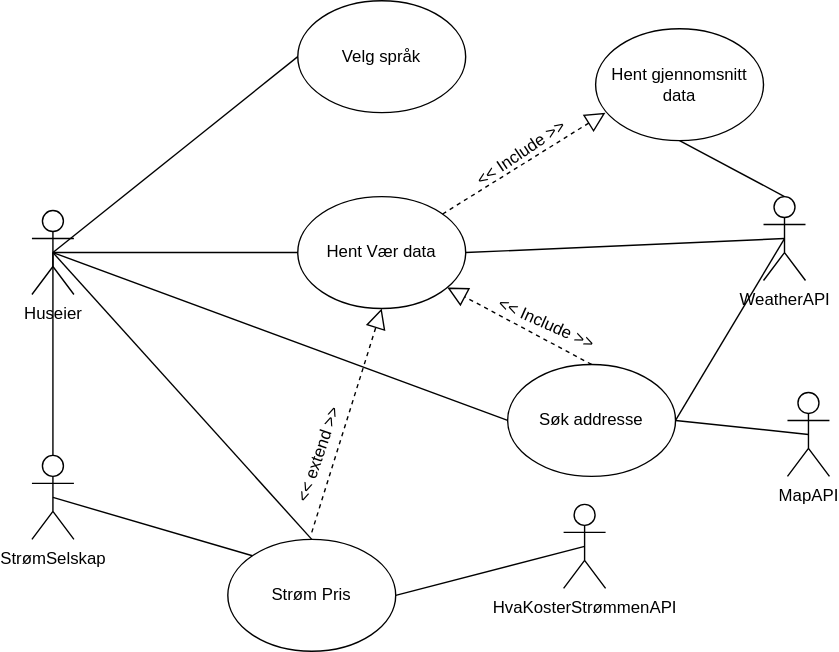
Earlier version of the draw.io export Diagrams/UseCaeT37.svg (jalya001/Solar-panel-Optimized-Living). Source tidied: cells renumbered, new cells last; positions are measured from the earlier drawing's top-left corner, leaving out a move shared by most shapes. Source of this version:
```xml
<mxGraphModel>
  <root>
    <mxCell id="0" />
    <mxCell id="1" parent="0" />
    <mxCell id="2" value="Huseier" style="shape=umlActor;verticalLabelPosition=bottom;verticalAlign=top;html=1;outlineConnect=0;" parent="1" vertex="1">
      <mxGeometry y="150" width="30" height="60" as="geometry" />
    </mxCell>
    <mxCell id="3" value="Velg språk" style="ellipse;whiteSpace=wrap;html=1;" parent="1" vertex="1">
      <mxGeometry x="190" width="120" height="80" as="geometry" />
    </mxCell>
    <mxCell id="4" value="WeatherAPI" style="shape=umlActor;verticalLabelPosition=bottom;verticalAlign=top;html=1;outlineConnect=0;" parent="1" vertex="1">
      <mxGeometry x="522.9" y="140" width="30" height="60" as="geometry" />
    </mxCell>
    <mxCell id="5" style="endArrow=none;html=1;rounded=0;exitX=0.5;exitY=0.5;exitDx=0;exitDy=0;exitPerimeter=0;entryX=0;entryY=0.5;entryDx=0;entryDy=0;" parent="1" edge="1" source="2" target="3">
      <mxGeometry relative="1" as="geometry" />
    </mxCell>
    <mxCell id="6" value="Hent Vær data" style="ellipse;whiteSpace=wrap;html=1;" parent="1" vertex="1">
      <mxGeometry x="190" y="140" width="120" height="80" as="geometry" />
    </mxCell>
    <mxCell id="7" style="endArrow=none;html=1;rounded=0;entryX=0.5;entryY=0.5;entryDx=0;entryDy=0;entryPerimeter=0;exitX=1;exitY=0.5;exitDx=0;exitDy=0;" parent="1" edge="1" source="6" target="4">
      <mxGeometry relative="1" as="geometry" />
    </mxCell>
    <mxCell id="8" style="endArrow=none;html=1;rounded=0;exitX=0.5;exitY=0.5;exitDx=0;exitDy=0;exitPerimeter=0;entryX=0;entryY=0.5;entryDx=0;entryDy=0;" parent="1" edge="1" source="2" target="6">
      <mxGeometry relative="1" as="geometry" />
    </mxCell>
    <mxCell id="9" value="Søk addresse" style="ellipse;whiteSpace=wrap;html=1;" parent="1" vertex="1">
      <mxGeometry x="340" y="260" width="120" height="80" as="geometry" />
    </mxCell>
    <mxCell id="10" value="MapAPI&lt;div&gt;&lt;br&gt;&lt;/div&gt;" style="shape=umlActor;verticalLabelPosition=bottom;verticalAlign=top;html=1;outlineConnect=0;" parent="1" vertex="1">
      <mxGeometry x="540" y="280" width="30" height="60" as="geometry" />
    </mxCell>
    <mxCell id="11" style="endArrow=none;html=1;rounded=0;exitX=0.5;exitY=0.5;exitDx=0;exitDy=0;exitPerimeter=0;entryX=0;entryY=0.5;entryDx=0;entryDy=0;" parent="1" edge="1" source="2" target="9">
      <mxGeometry relative="1" as="geometry" />
    </mxCell>
    <mxCell id="12" style="endArrow=none;html=1;rounded=0;exitX=1;exitY=0.5;exitDx=0;exitDy=0;entryX=0.5;entryY=0.5;entryDx=0;entryDy=0;entryPerimeter=0;" parent="1" edge="1" source="9" target="10">
      <mxGeometry relative="1" as="geometry" />
    </mxCell>
    <mxCell id="13" style="endArrow=none;html=1;rounded=0;exitX=1;exitY=0.5;exitDx=0;exitDy=0;entryX=0.5;entryY=0.5;entryDx=0;entryDy=0;entryPerimeter=0;" parent="1" edge="1" source="9" target="4">
      <mxGeometry relative="1" as="geometry" />
    </mxCell>
    <mxCell id="14" value="Hent gjennomsnitt data" style="ellipse;whiteSpace=wrap;html=1;" parent="1" vertex="1">
      <mxGeometry x="402.9" y="20" width="120" height="80" as="geometry" />
    </mxCell>
    <mxCell id="15" style="endArrow=block;dashed=1;endFill=0;endSize=12;html=1;rounded=0;entryX=0.059;entryY=0.75;entryDx=0;entryDy=0;entryPerimeter=0;" parent="1" edge="1" source="6" target="14">
      <mxGeometry relative="1" as="geometry" />
    </mxCell>
    <mxCell id="16" value="&amp;lt;&amp;lt; Include &amp;gt;&amp;gt;" style="text;strokeColor=none;align=center;fillColor=none;html=1;verticalAlign=middle;whiteSpace=wrap;rounded=0;rotation=326;direction=west;" parent="1" vertex="1">
      <mxGeometry x="270" y="100" width="160" height="18.1" as="geometry" />
    </mxCell>
    <mxCell id="17" style="endArrow=none;html=1;rounded=0;entryX=0.5;entryY=0;entryDx=0;entryDy=0;entryPerimeter=0;exitX=0.5;exitY=1;exitDx=0;exitDy=0;" parent="1" edge="1" source="14" target="4">
      <mxGeometry relative="1" as="geometry" />
    </mxCell>
    <mxCell id="18" value="HvaKosterStrømmenAPI" style="shape=umlActor;verticalLabelPosition=bottom;verticalAlign=top;html=1;outlineConnect=0;" parent="1" vertex="1">
      <mxGeometry x="380" y="360" width="30" height="60" as="geometry" />
    </mxCell>
    <mxCell id="19" value="Strøm Pris" style="ellipse;whiteSpace=wrap;html=1;" parent="1" vertex="1">
      <mxGeometry x="140" y="385" width="120" height="80" as="geometry" />
    </mxCell>
    <mxCell id="20" style="endArrow=none;html=1;rounded=0;exitX=0.5;exitY=0.5;exitDx=0;exitDy=0;exitPerimeter=0;entryX=0.5;entryY=0;entryDx=0;entryDy=0;" parent="1" edge="1" source="2" target="19">
      <mxGeometry relative="1" as="geometry" />
    </mxCell>
    <mxCell id="21" style="endArrow=none;html=1;rounded=0;exitX=1;exitY=0.5;exitDx=0;exitDy=0;entryX=0.5;entryY=0.5;entryDx=0;entryDy=0;entryPerimeter=0;" parent="1" edge="1" source="19" target="18">
      <mxGeometry relative="1" as="geometry" />
    </mxCell>
    <mxCell id="22" style="endArrow=block;dashed=1;endFill=0;endSize=12;html=1;rounded=0;entryX=0.428;entryY=1.025;entryDx=0;entryDy=0;entryPerimeter=0;" parent="1" edge="1">
      <mxGeometry relative="1" as="geometry">
        <mxPoint x="200" y="380" as="sourcePoint" />
        <mxPoint x="250" y="220" as="targetPoint" />
      </mxGeometry>
    </mxCell>
    <mxCell id="23" value="&amp;lt;&amp;lt; extend &amp;gt;&amp;gt;" style="text;html=1;align=center;verticalAlign=middle;strokeColor=none;fillColor=none;rotation=289;" parent="1" vertex="1">
      <mxGeometry x="160" y="310" width="90" height="30" as="geometry" />
    </mxCell>
    <mxCell id="24" style="endArrow=block;dashed=1;endFill=0;endSize=12;html=1;rounded=0;exitX=0.5;exitY=0;exitDx=0;exitDy=0;" parent="1" edge="1" source="9" target="6">
      <mxGeometry relative="1" as="geometry" />
    </mxCell>
    <mxCell id="25" value="&amp;lt;&amp;lt; Include &amp;gt;&amp;gt;" style="text;strokeColor=none;align=center;fillColor=none;html=1;verticalAlign=middle;whiteSpace=wrap;rounded=0;rotation=24;direction=west;" parent="1" vertex="1">
      <mxGeometry x="306" y="230" width="124" height="1.9" as="geometry" />
    </mxCell>
    <mxCell id="26" value="StrømSelskap" style="shape=umlActor;verticalLabelPosition=bottom;verticalAlign=top;html=1;outlineConnect=0;" parent="1" vertex="1">
      <mxGeometry y="325" width="30" height="60" as="geometry" />
    </mxCell>
    <mxCell id="27" style="endArrow=none;html=1;rounded=0;exitX=0.5;exitY=0.5;exitDx=0;exitDy=0;exitPerimeter=0;entryX=0;entryY=0;entryDx=0;entryDy=0;" parent="1" edge="1" source="26" target="19">
      <mxGeometry relative="1" as="geometry" />
    </mxCell>
    <mxCell id="28" style="endArrow=none;html=1;rounded=0;exitX=0.5;exitY=0.5;exitDx=0;exitDy=0;exitPerimeter=0;entryX=0.5;entryY=0;entryDx=0;entryDy=0;entryPerimeter=0;" parent="1" edge="1" source="2" target="26">
      <mxGeometry relative="1" as="geometry" />
    </mxCell>
  </root>
</mxGraphModel>
```
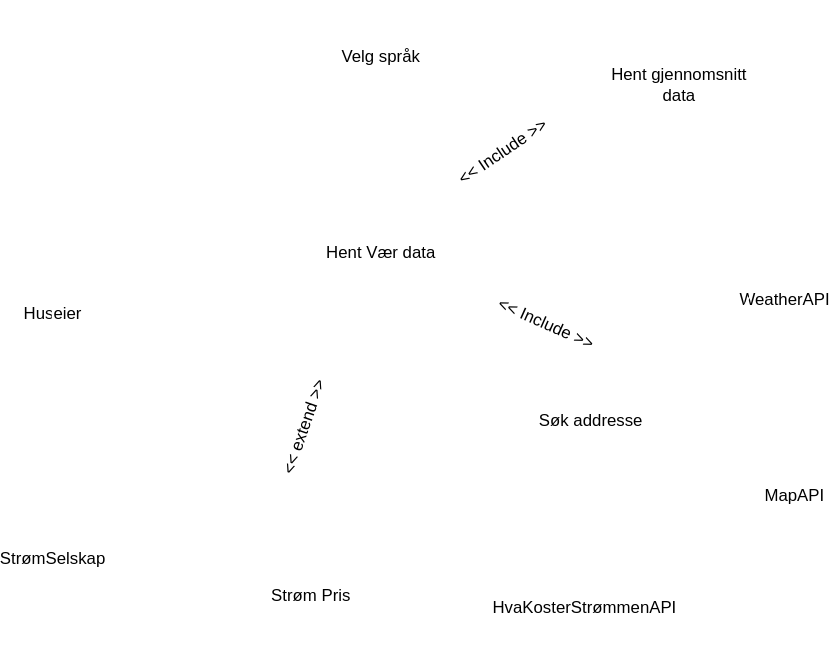
After the change.

What changed in the source:
```diff
@@ -2,88 +2,88 @@
   <root>
     <mxCell id="0" />
     <mxCell id="1" parent="0" />
-    <mxCell id="2" value="Huseier" style="shape=umlActor;verticalLabelPosition=bottom;verticalAlign=top;html=1;outlineConnect=0;" parent="1" vertex="1">
+    <mxCell id="2" value="Huseier" style="shape=umlActor;verticalLabelPosition=bottom;verticalAlign=top;html=1;outlineConnect=0;strokeColor=#FFFFFF;labelBackgroundColor=default;" parent="1" vertex="1">
       <mxGeometry y="150" width="30" height="60" as="geometry" />
     </mxCell>
-    <mxCell id="3" value="Velg språk" style="ellipse;whiteSpace=wrap;html=1;" parent="1" vertex="1">
+    <mxCell id="3" value="Velg språk" style="ellipse;whiteSpace=wrap;html=1;strokeColor=#FFFFFF;labelBackgroundColor=default;" parent="1" vertex="1">
       <mxGeometry x="190" width="120" height="80" as="geometry" />
     </mxCell>
-    <mxCell id="4" value="WeatherAPI" style="shape=umlActor;verticalLabelPosition=bottom;verticalAlign=top;html=1;outlineConnect=0;" parent="1" vertex="1">
+    <mxCell id="4" value="WeatherAPI" style="shape=umlActor;verticalLabelPosition=bottom;verticalAlign=top;html=1;outlineConnect=0;strokeColor=#FFFFFF;labelBackgroundColor=default;" parent="1" vertex="1">
       <mxGeometry x="522.9" y="140" width="30" height="60" as="geometry" />
     </mxCell>
-    <mxCell id="5" style="endArrow=none;html=1;rounded=0;exitX=0.5;exitY=0.5;exitDx=0;exitDy=0;exitPerimeter=0;entryX=0;entryY=0.5;entryDx=0;entryDy=0;" parent="1" edge="1" source="2" target="3">
+    <mxCell id="5" style="endArrow=none;html=1;rounded=0;exitX=0.5;exitY=0.5;exitDx=0;exitDy=0;exitPerimeter=0;entryX=0;entryY=0.5;entryDx=0;entryDy=0;strokeColor=#FFFFFF;labelBackgroundColor=default;" parent="1" edge="1" source="2" target="3">
       <mxGeometry relative="1" as="geometry" />
     </mxCell>
-    <mxCell id="6" value="Hent Vær data" style="ellipse;whiteSpace=wrap;html=1;" parent="1" vertex="1">
+    <mxCell id="6" value="Hent Vær data" style="ellipse;whiteSpace=wrap;html=1;strokeColor=#FFFFFF;labelBackgroundColor=default;" parent="1" vertex="1">
       <mxGeometry x="190" y="140" width="120" height="80" as="geometry" />
     </mxCell>
-    <mxCell id="7" style="endArrow=none;html=1;rounded=0;entryX=0.5;entryY=0.5;entryDx=0;entryDy=0;entryPerimeter=0;exitX=1;exitY=0.5;exitDx=0;exitDy=0;" parent="1" edge="1" source="6" target="4">
+    <mxCell id="7" style="endArrow=none;html=1;rounded=0;entryX=0.5;entryY=0.5;entryDx=0;entryDy=0;entryPerimeter=0;exitX=1;exitY=0.5;exitDx=0;exitDy=0;strokeColor=#FFFFFF;labelBackgroundColor=default;" parent="1" edge="1" source="6" target="4">
       <mxGeometry relative="1" as="geometry" />
     </mxCell>
-    <mxCell id="8" style="endArrow=none;html=1;rounded=0;exitX=0.5;exitY=0.5;exitDx=0;exitDy=0;exitPerimeter=0;entryX=0;entryY=0.5;entryDx=0;entryDy=0;" parent="1" edge="1" source="2" target="6">
+    <mxCell id="8" style="endArrow=none;html=1;rounded=0;exitX=0.5;exitY=0.5;exitDx=0;exitDy=0;exitPerimeter=0;entryX=0;entryY=0.5;entryDx=0;entryDy=0;strokeColor=#FFFFFF;labelBackgroundColor=default;" parent="1" edge="1" source="2" target="6">
       <mxGeometry relative="1" as="geometry" />
     </mxCell>
-    <mxCell id="9" value="Søk addresse" style="ellipse;whiteSpace=wrap;html=1;" parent="1" vertex="1">
+    <mxCell id="9" value="Søk addresse" style="ellipse;whiteSpace=wrap;html=1;strokeColor=#FFFFFF;labelBackgroundColor=default;" parent="1" vertex="1">
       <mxGeometry x="340" y="260" width="120" height="80" as="geometry" />
     </mxCell>
-    <mxCell id="10" value="MapAPI&lt;div&gt;&lt;br&gt;&lt;/div&gt;" style="shape=umlActor;verticalLabelPosition=bottom;verticalAlign=top;html=1;outlineConnect=0;" parent="1" vertex="1">
-      <mxGeometry x="540" y="280" width="30" height="60" as="geometry" />
+    <mxCell id="10" value="MapAPI&lt;div&gt;&lt;br&gt;&lt;/div&gt;" style="shape=umlActor;verticalLabelPosition=bottom;verticalAlign=top;html=1;outlineConnect=0;strokeColor=#FFFFFF;labelBackgroundColor=default;" parent="1" vertex="1">
+      <mxGeometry x="530" y="280" width="30" height="60" as="geometry" />
     </mxCell>
-    <mxCell id="11" style="endArrow=none;html=1;rounded=0;exitX=0.5;exitY=0.5;exitDx=0;exitDy=0;exitPerimeter=0;entryX=0;entryY=0.5;entryDx=0;entryDy=0;" parent="1" edge="1" source="2" target="9">
+    <mxCell id="11" style="endArrow=none;html=1;rounded=0;exitX=0.5;exitY=0.5;exitDx=0;exitDy=0;exitPerimeter=0;entryX=0;entryY=0.5;entryDx=0;entryDy=0;strokeColor=#FFFFFF;labelBackgroundColor=default;" parent="1" edge="1" source="2" target="9">
       <mxGeometry relative="1" as="geometry" />
     </mxCell>
-    <mxCell id="12" style="endArrow=none;html=1;rounded=0;exitX=1;exitY=0.5;exitDx=0;exitDy=0;entryX=0.5;entryY=0.5;entryDx=0;entryDy=0;entryPerimeter=0;" parent="1" edge="1" source="9" target="10">
+    <mxCell id="12" style="endArrow=none;html=1;rounded=0;exitX=1;exitY=0.5;exitDx=0;exitDy=0;entryX=0.5;entryY=0.5;entryDx=0;entryDy=0;entryPerimeter=0;strokeColor=#FFFFFF;labelBackgroundColor=default;" parent="1" edge="1" source="9" target="10">
       <mxGeometry relative="1" as="geometry" />
     </mxCell>
-    <mxCell id="13" style="endArrow=none;html=1;rounded=0;exitX=1;exitY=0.5;exitDx=0;exitDy=0;entryX=0.5;entryY=0.5;entryDx=0;entryDy=0;entryPerimeter=0;" parent="1" edge="1" source="9" target="4">
+    <mxCell id="13" style="endArrow=none;html=1;rounded=0;exitX=1;exitY=0.5;exitDx=0;exitDy=0;entryX=0.5;entryY=0.5;entryDx=0;entryDy=0;entryPerimeter=0;strokeColor=#FFFFFF;labelBackgroundColor=default;" parent="1" edge="1" source="9" target="4">
       <mxGeometry relative="1" as="geometry" />
     </mxCell>
-    <mxCell id="14" value="Hent gjennomsnitt data" style="ellipse;whiteSpace=wrap;html=1;" parent="1" vertex="1">
+    <mxCell id="14" value="Hent gjennomsnitt data" style="ellipse;whiteSpace=wrap;html=1;strokeColor=#FFFFFF;labelBackgroundColor=default;" parent="1" vertex="1">
       <mxGeometry x="402.9" y="20" width="120" height="80" as="geometry" />
     </mxCell>
-    <mxCell id="15" style="endArrow=block;dashed=1;endFill=0;endSize=12;html=1;rounded=0;entryX=0.059;entryY=0.75;entryDx=0;entryDy=0;entryPerimeter=0;" parent="1" edge="1" source="6" target="14">
+    <mxCell id="15" style="endArrow=block;dashed=1;endFill=0;endSize=12;html=1;rounded=0;entryX=0.059;entryY=0.75;entryDx=0;entryDy=0;entryPerimeter=0;strokeColor=#FFFFFF;labelBackgroundColor=default;" parent="1" edge="1" source="6" target="14">
       <mxGeometry relative="1" as="geometry" />
     </mxCell>
-    <mxCell id="16" value="&amp;lt;&amp;lt; Include &amp;gt;&amp;gt;" style="text;strokeColor=none;align=center;fillColor=none;html=1;verticalAlign=middle;whiteSpace=wrap;rounded=0;rotation=326;direction=west;" parent="1" vertex="1">
-      <mxGeometry x="270" y="100" width="160" height="18.1" as="geometry" />
+    <mxCell id="16" value="&amp;lt;&amp;lt; Include &amp;gt;&amp;gt;" style="text;align=center;html=1;verticalAlign=middle;whiteSpace=wrap;rounded=0;rotation=326;direction=west;strokeColor=#FFFFFF;fillColor=default;labelBackgroundColor=default;" parent="1" vertex="1">
+      <mxGeometry x="266.6" y="107.1" width="140" as="geometry" />
     </mxCell>
-    <mxCell id="17" style="endArrow=none;html=1;rounded=0;entryX=0.5;entryY=0;entryDx=0;entryDy=0;entryPerimeter=0;exitX=0.5;exitY=1;exitDx=0;exitDy=0;" parent="1" edge="1" source="14" target="4">
+    <mxCell id="17" style="endArrow=none;html=1;rounded=0;entryX=0.5;entryY=0;entryDx=0;entryDy=0;entryPerimeter=0;exitX=0.5;exitY=1;exitDx=0;exitDy=0;strokeColor=#FFFFFF;labelBackgroundColor=default;" parent="1" edge="1" source="14" target="4">
       <mxGeometry relative="1" as="geometry" />
     </mxCell>
-    <mxCell id="18" value="HvaKosterStrømmenAPI" style="shape=umlActor;verticalLabelPosition=bottom;verticalAlign=top;html=1;outlineConnect=0;" parent="1" vertex="1">
+    <mxCell id="18" value="HvaKosterStrømmenAPI" style="shape=umlActor;verticalLabelPosition=bottom;verticalAlign=top;html=1;outlineConnect=0;strokeColor=#FFFFFF;labelBackgroundColor=default;" parent="1" vertex="1">
       <mxGeometry x="380" y="360" width="30" height="60" as="geometry" />
     </mxCell>
-    <mxCell id="19" value="Strøm Pris" style="ellipse;whiteSpace=wrap;html=1;" parent="1" vertex="1">
+    <mxCell id="19" value="Strøm Pris" style="ellipse;whiteSpace=wrap;html=1;strokeColor=#FFFFFF;labelBackgroundColor=default;" parent="1" vertex="1">
       <mxGeometry x="140" y="385" width="120" height="80" as="geometry" />
     </mxCell>
-    <mxCell id="20" style="endArrow=none;html=1;rounded=0;exitX=0.5;exitY=0.5;exitDx=0;exitDy=0;exitPerimeter=0;entryX=0.5;entryY=0;entryDx=0;entryDy=0;" parent="1" edge="1" source="2" target="19">
+    <mxCell id="20" style="endArrow=none;html=1;rounded=0;exitX=0.5;exitY=0.5;exitDx=0;exitDy=0;exitPerimeter=0;entryX=0.5;entryY=0;entryDx=0;entryDy=0;strokeColor=#FFFFFF;labelBackgroundColor=default;" parent="1" edge="1" source="2" target="19">
       <mxGeometry relative="1" as="geometry" />
     </mxCell>
-    <mxCell id="21" style="endArrow=none;html=1;rounded=0;exitX=1;exitY=0.5;exitDx=0;exitDy=0;entryX=0.5;entryY=0.5;entryDx=0;entryDy=0;entryPerimeter=0;" parent="1" edge="1" source="19" target="18">
+    <mxCell id="21" style="endArrow=none;html=1;rounded=0;exitX=1;exitY=0.5;exitDx=0;exitDy=0;entryX=0.5;entryY=0.5;entryDx=0;entryDy=0;entryPerimeter=0;strokeColor=#FFFFFF;labelBackgroundColor=default;" parent="1" edge="1" source="19" target="18">
       <mxGeometry relative="1" as="geometry" />
     </mxCell>
-    <mxCell id="22" style="endArrow=block;dashed=1;endFill=0;endSize=12;html=1;rounded=0;entryX=0.428;entryY=1.025;entryDx=0;entryDy=0;entryPerimeter=0;" parent="1" edge="1">
+    <mxCell id="22" style="endArrow=block;dashed=1;endFill=0;endSize=12;html=1;rounded=0;entryX=0.428;entryY=1.025;entryDx=0;entryDy=0;entryPerimeter=0;strokeColor=#FFFFFF;labelBackgroundColor=default;" parent="1" edge="1">
       <mxGeometry relative="1" as="geometry">
         <mxPoint x="200" y="380" as="sourcePoint" />
         <mxPoint x="250" y="220" as="targetPoint" />
       </mxGeometry>
     </mxCell>
-    <mxCell id="23" value="&amp;lt;&amp;lt; extend &amp;gt;&amp;gt;" style="text;html=1;align=center;verticalAlign=middle;strokeColor=none;fillColor=none;rotation=289;" parent="1" vertex="1">
-      <mxGeometry x="160" y="310" width="90" height="30" as="geometry" />
+    <mxCell id="23" value="&amp;lt;&amp;lt; extend &amp;gt;&amp;gt;" style="text;html=1;align=center;verticalAlign=middle;rotation=289;strokeColor=#FFFFFF;fillColor=default;labelBackgroundColor=default;" parent="1" vertex="1">
+      <mxGeometry x="150" y="290" width="90" height="30" as="geometry" />
     </mxCell>
-    <mxCell id="24" style="endArrow=block;dashed=1;endFill=0;endSize=12;html=1;rounded=0;exitX=0.5;exitY=0;exitDx=0;exitDy=0;" parent="1" edge="1" source="9" target="6">
+    <mxCell id="24" style="endArrow=block;dashed=1;endFill=0;endSize=12;html=1;rounded=0;exitX=0.5;exitY=0;exitDx=0;exitDy=0;strokeColor=#FFFFFF;labelBackgroundColor=default;" parent="1" edge="1" source="9" target="6">
       <mxGeometry relative="1" as="geometry" />
     </mxCell>
-    <mxCell id="25" value="&amp;lt;&amp;lt; Include &amp;gt;&amp;gt;" style="text;strokeColor=none;align=center;fillColor=none;html=1;verticalAlign=middle;whiteSpace=wrap;rounded=0;rotation=24;direction=west;" parent="1" vertex="1">
+    <mxCell id="25" value="&lt;span style=&quot;&quot;&gt;&amp;lt;&amp;lt; Include &amp;gt;&amp;gt;&lt;/span&gt;" style="text;align=center;html=1;verticalAlign=middle;whiteSpace=wrap;rounded=0;rotation=24;direction=west;strokeColor=none;fillColor=none;labelBackgroundColor=default;" parent="1" vertex="1">
       <mxGeometry x="306" y="230" width="124" height="1.9" as="geometry" />
     </mxCell>
-    <mxCell id="26" value="StrømSelskap" style="shape=umlActor;verticalLabelPosition=bottom;verticalAlign=top;html=1;outlineConnect=0;" parent="1" vertex="1">
+    <mxCell id="26" value="StrømSelskap" style="shape=umlActor;verticalLabelPosition=bottom;verticalAlign=top;html=1;outlineConnect=0;strokeColor=#FFFFFF;labelBackgroundColor=default;" parent="1" vertex="1">
       <mxGeometry y="325" width="30" height="60" as="geometry" />
     </mxCell>
-    <mxCell id="27" style="endArrow=none;html=1;rounded=0;exitX=0.5;exitY=0.5;exitDx=0;exitDy=0;exitPerimeter=0;entryX=0;entryY=0;entryDx=0;entryDy=0;" parent="1" edge="1" source="26" target="19">
+    <mxCell id="27" style="endArrow=none;html=1;rounded=0;exitX=0.5;exitY=0.5;exitDx=0;exitDy=0;exitPerimeter=0;entryX=0;entryY=0;entryDx=0;entryDy=0;strokeColor=#FFFFFF;labelBackgroundColor=default;" parent="1" edge="1" source="26" target="19">
       <mxGeometry relative="1" as="geometry" />
     </mxCell>
-    <mxCell id="28" style="endArrow=none;html=1;rounded=0;exitX=0.5;exitY=0.5;exitDx=0;exitDy=0;exitPerimeter=0;entryX=0.5;entryY=0;entryDx=0;entryDy=0;entryPerimeter=0;" parent="1" edge="1" source="2" target="26">
+    <mxCell id="28" style="endArrow=none;html=1;rounded=0;exitX=0.5;exitY=0.5;exitDx=0;exitDy=0;exitPerimeter=0;entryX=0.5;entryY=0;entryDx=0;entryDy=0;entryPerimeter=0;strokeColor=#FFFFFF;labelBackgroundColor=default;" parent="1" edge="1" source="2" target="26">
       <mxGeometry relative="1" as="geometry" />
     </mxCell>
   </root>
```
